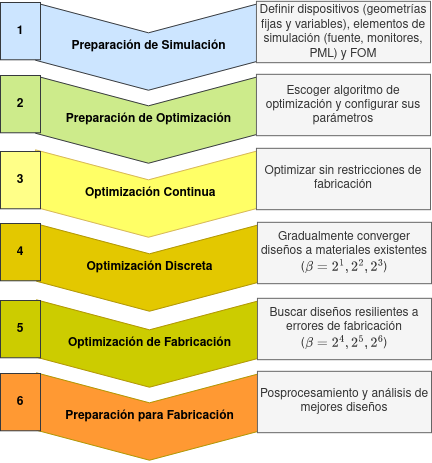
Earlier version of the draw.io export image/proposal/pipeline.png (TISparta/bachelor-tesis). Source tidied: cells renumbered, new cells last; positions are measured from the earlier drawing's top-left corner, leaving out a move shared by most shapes.
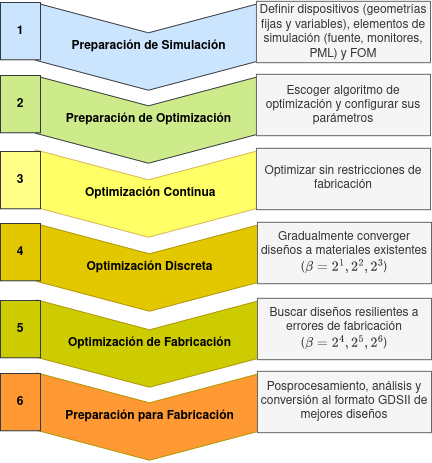
Above is the later version.

What changed in the source:
```diff
@@ -53,7 +53,7 @@
     <mxCell id="18" value="&lt;b&gt;Preparación para Fabricación&lt;/b&gt;" style="html=1;shadow=0;dashed=0;align=center;verticalAlign=middle;shape=mxgraph.arrows2.arrow;dy=0;dx=30;notch=30;rotation=90;sketch=0;horizontal=0;fillColor=#FF9933;strokeColor=#B09500;fontColor=#000000;" parent="17" vertex="1">
       <mxGeometry x="64.3" y="-67.3" width="87.4" height="226.1" as="geometry" />
     </mxCell>
-    <mxCell id="19" value="&lt;div&gt;Posprocesamiento y análisis de&lt;/div&gt;&lt;div&gt;mejores diseños&lt;br&gt;&lt;/div&gt;" style="whiteSpace=wrap;html=1;shadow=0;dashed=0;sketch=0;fillColor=#f5f5f5;fontColor=#333333;strokeColor=#666666;" parent="17" vertex="1">
+    <mxCell id="19" value="&lt;div&gt;Posprocesamiento, análisis y conversión al formato GDSII de&lt;/div&gt;&lt;div&gt;mejores diseños&lt;br&gt;&lt;/div&gt;" style="whiteSpace=wrap;html=1;shadow=0;dashed=0;sketch=0;fillColor=#f5f5f5;fontColor=#333333;strokeColor=#666666;" parent="17" vertex="1">
       <mxGeometry x="216" y="0.5" width="174" height="61.4" as="geometry" />
     </mxCell>
     <mxCell id="20" value="1" style="rounded=0;whiteSpace=wrap;html=1;labelBackgroundColor=none;fillColor=#cce5ff;strokeColor=#36393d;fontColor=#000000;fontStyle=1;" parent="1" vertex="1">
```
